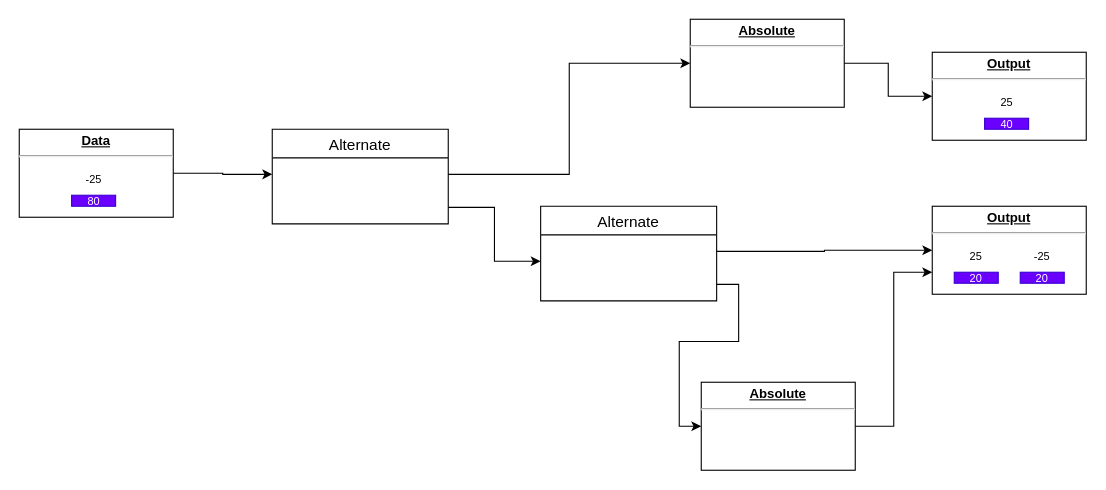
The draw.io diagram page "6" (6 of 9) of Math_Puzzles.drawio in CommanderFoo/Core-Visual-Node-Puzzles, before the edit. Source tidied: cells renumbered, new cells numbered last; positions are measured from the earlier drawing's top-left corner, leaving out a move shared by most shapes. Both pictures are drawn from the tidied source at 110%, with x=0, y=0 at pixel (19, 19).
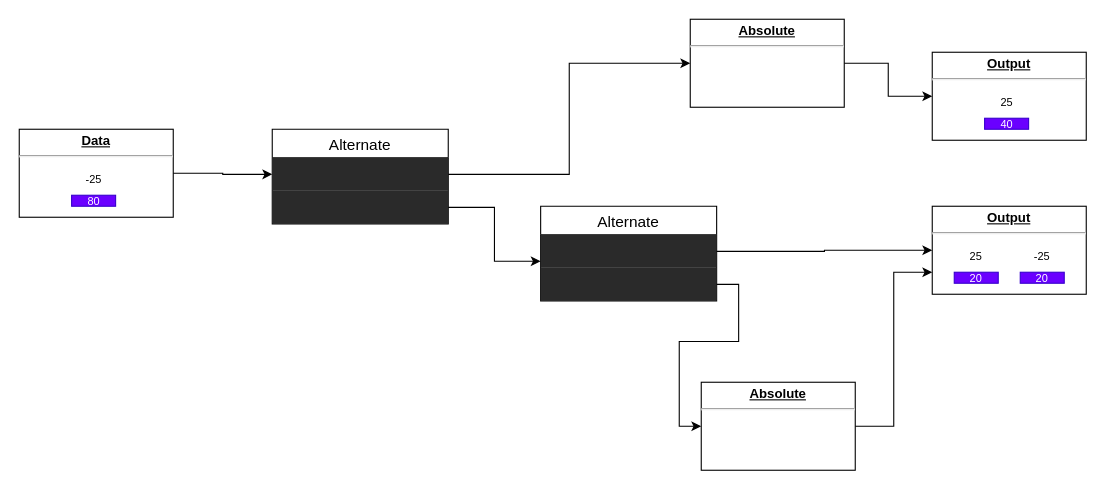
The same page after the edit.

Unchanged cells that the change refers to:
```xml
<mxCell id="12" value="Alternate" style="swimlane;fontStyle=0;horizontal=1;startSize=26;align=center;fontSize=14;" parent="1" vertex="1">
  <mxGeometry x="230" y="100" width="160" height="86" as="geometry" />
</mxCell>
<mxCell id="26" value="Alternate" style="swimlane;fontStyle=0;horizontal=1;startSize=26;align=center;fontSize=14;" parent="1" vertex="1">
  <mxGeometry x="474" y="170" width="160" height="86" as="geometry" />
</mxCell>
```

What changed in the source:
```diff
@@
-    <mxCell id="13" value=" " style="text;strokeColor=none;fillColor=none;spacingLeft=4;spacingRight=4;overflow=hidden;points=[[0,0.5],[1,0.5]];portConstraint=eastwest;fontSize=12;" parent="12" vertex="1">
+    <mxCell id="13" value=" " style="text;strokeColor=none;spacingLeft=4;spacingRight=4;overflow=hidden;points=[[0,0.5],[1,0.5]];portConstraint=eastwest;fontSize=12;fillColor=#2a2a2a;" parent="12" vertex="1">
       <mxGeometry y="26" width="160" height="30" as="geometry" />
     </mxCell>
-    <mxCell id="14" value=" " style="text;strokeColor=none;fillColor=none;spacingLeft=4;spacingRight=4;overflow=hidden;points=[[0,0.5],[1,0.5]];portConstraint=eastwest;fontSize=12;" parent="12" vertex="1">
+    <mxCell id="14" value=" " style="text;strokeColor=none;spacingLeft=4;spacingRight=4;overflow=hidden;points=[[0,0.5],[1,0.5]];portConstraint=eastwest;fontSize=12;fillColor=#2a2a2a;" parent="12" vertex="1">
       <mxGeometry y="56" width="160" height="30" as="geometry" />
     </mxCell>
@@
-    <mxCell id="27" value=" " style="text;strokeColor=none;fillColor=none;spacingLeft=4;spacingRight=4;overflow=hidden;points=[[0,0.5],[1,0.5]];portConstraint=eastwest;fontSize=12;" parent="26" vertex="1">
+    <mxCell id="27" value=" " style="text;strokeColor=none;spacingLeft=4;spacingRight=4;overflow=hidden;points=[[0,0.5],[1,0.5]];portConstraint=eastwest;fontSize=12;fillColor=#2a2a2a;" parent="26" vertex="1">
       <mxGeometry y="26" width="160" height="30" as="geometry" />
     </mxCell>
-    <mxCell id="28" value=" " style="text;strokeColor=none;fillColor=none;spacingLeft=4;spacingRight=4;overflow=hidden;points=[[0,0.5],[1,0.5]];portConstraint=eastwest;fontSize=12;" parent="26" vertex="1">
+    <mxCell id="28" value=" " style="text;strokeColor=none;spacingLeft=4;spacingRight=4;overflow=hidden;points=[[0,0.5],[1,0.5]];portConstraint=eastwest;fontSize=12;fillColor=#2a2a2a;" parent="26" vertex="1">
       <mxGeometry y="56" width="160" height="30" as="geometry" />
     </mxCell>
```
